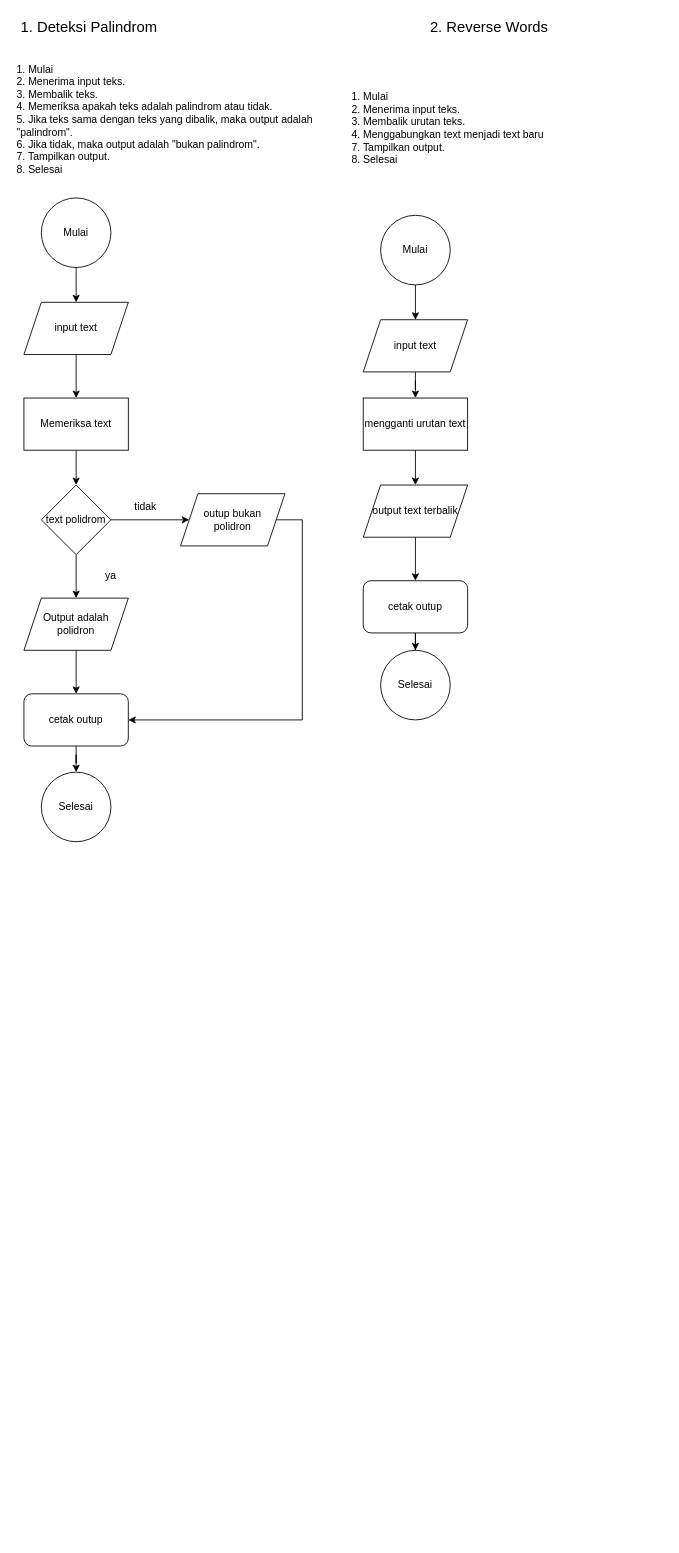
rayfarandi/fwg17-Computer-Science keeps this draw.io diagram as 6.Deteksi Palindrom&Reverse Words.drawio. Above is the earlier version. Source tidied: cells renumbered, new cells numbered last; positions are measured from the earlier drawing's top-left corner, leaving out a move shared by most shapes. Both pictures are drawn from the tidied source at 87%, with x=0, y=0 at pixel (15, 15).
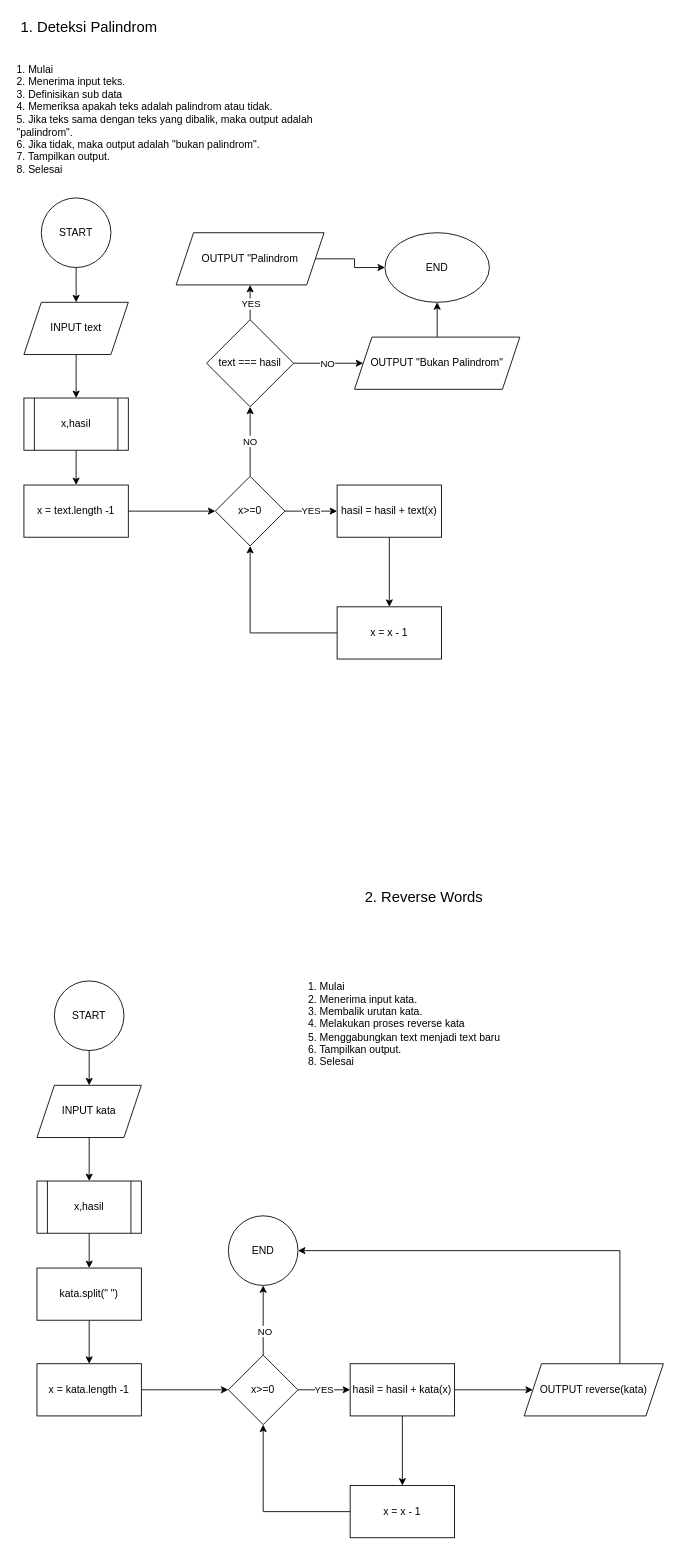
Above is the later version.

Diff of the diagram source:
```diff
@@
-    <mxCell id="3" value="&lt;div&gt;1. Mulai&lt;/div&gt;&lt;div&gt;2. Menerima input teks.&lt;br&gt;3. Membalik teks.&lt;/div&gt;&lt;div&gt;4. Memeriksa apakah teks adalah palindrom atau tidak.&lt;/div&gt;&lt;div&gt;5. Jika teks sama dengan teks yang dibalik, maka output adalah &quot;palindrom&quot;.&lt;/div&gt;&lt;div&gt;6. Jika tidak, maka output adalah &quot;bukan palindrom&quot;.&lt;/div&gt;&lt;div&gt;7. Tampilkan output.&lt;/div&gt;&lt;div&gt;8. Selesai&lt;/div&gt;" style="text;html=1;strokeColor=none;fillColor=none;align=left;verticalAlign=middle;whiteSpace=wrap;rounded=0;" parent="1" vertex="1">
+    <mxCell id="3" value="&lt;div&gt;1. Mulai&lt;/div&gt;&lt;div&gt;2. Menerima input teks.&lt;br&gt;3. Definisikan sub data&lt;/div&gt;&lt;div&gt;4. Memeriksa apakah teks adalah palindrom atau tidak.&lt;/div&gt;&lt;div&gt;5. Jika teks sama dengan teks yang dibalik, maka output adalah &quot;palindrom&quot;.&lt;/div&gt;&lt;div&gt;6. Jika tidak, maka output adalah &quot;bukan palindrom&quot;.&lt;/div&gt;&lt;div&gt;7. Tampilkan output.&lt;/div&gt;&lt;div&gt;8. Selesai&lt;/div&gt;" style="text;html=1;strokeColor=none;fillColor=none;align=left;verticalAlign=middle;whiteSpace=wrap;rounded=0;" parent="1" vertex="1">
       <mxGeometry y="60" width="350" height="120" as="geometry" />
     </mxCell>
@@
-    <mxCell id="5" value="Mulai" style="ellipse;whiteSpace=wrap;html=1;" parent="1" vertex="1">
+    <mxCell id="5" value="START" style="ellipse;whiteSpace=wrap;html=1;" parent="1" vertex="1">
       <mxGeometry x="30" y="210" width="80" height="80" as="geometry" />
     </mxCell>
-    <mxCell id="6" style="edgeStyle=orthogonalEdgeStyle;rounded=0;jettySize=auto;html=1;" parent="1" edge="1" source="7" target="9">
+    <mxCell id="6" style="edgeStyle=orthogonalEdgeStyle;rounded=0;jettySize=auto;html=1;" parent="1" edge="1" source="7" target="36">
       <mxGeometry relative="1" as="geometry" />
     </mxCell>
-    <mxCell id="7" value="input text" style="shape=parallelogram;perimeter=parallelogramPerimeter;whiteSpace=wrap;html=1;fixedSize=1;" parent="1" vertex="1">
+    <mxCell id="7" value="INPUT text" style="shape=parallelogram;perimeter=parallelogramPerimeter;whiteSpace=wrap;html=1;fixedSize=1;" parent="1" vertex="1">
       <mxGeometry x="10" y="330" width="120" height="60" as="geometry" />
     </mxCell>
-    <mxCell id="8" style="edgeStyle=orthogonalEdgeStyle;rounded=0;jettySize=auto;html=1;" parent="1" edge="1" source="9" target="12">
-      <mxGeometry relative="1" as="geometry" />
-    </mxCell>
-    <mxCell id="9" value="Memeriksa text" style="rounded=0;whiteSpace=wrap;html=1;" parent="1" vertex="1">
-      <mxGeometry x="10" y="440" width="120" height="60" as="geometry" />
-    </mxCell>
-    <mxCell id="10" style="edgeStyle=orthogonalEdgeStyle;rounded=0;jettySize=auto;html=1;" parent="1" edge="1" source="12" target="14">
-      <mxGeometry relative="1" as="geometry" />
-    </mxCell>
-    <mxCell id="11" style="edgeStyle=orthogonalEdgeStyle;rounded=0;jettySize=auto;html=1;" parent="1" edge="1" source="12" target="16">
-      <mxGeometry relative="1" as="geometry" />
-    </mxCell>
-    <mxCell id="12" value="text polidrom" style="rhombus;whiteSpace=wrap;html=1;" parent="1" vertex="1">
-      <mxGeometry x="30" y="540" width="80" height="80" as="geometry" />
-    </mxCell>
-    <mxCell id="13" style="edgeStyle=orthogonalEdgeStyle;rounded=0;jettySize=auto;html=1;" parent="1" edge="1" source="14" target="20">
-      <mxGeometry relative="1" as="geometry" />
-    </mxCell>
-    <mxCell id="14" value="Output adalah polidron" style="shape=parallelogram;perimeter=parallelogramPerimeter;whiteSpace=wrap;html=1;fixedSize=1;" parent="1" vertex="1">
-      <mxGeometry x="10" y="670" width="120" height="60" as="geometry" />
-    </mxCell>
-    <mxCell id="15" style="edgeStyle=orthogonalEdgeStyle;rounded=0;jettySize=auto;html=1;" parent="1" edge="1" source="16" target="20">
-      <mxGeometry relative="1" as="geometry">
-        <Array as="points">
-          <mxPoint x="330" y="580" />
-          <mxPoint x="330" y="810" />
-        </Array>
-      </mxGeometry>
-    </mxCell>
-    <mxCell id="16" value="outup bukan &lt;br&gt;polidron" style="shape=parallelogram;perimeter=parallelogramPerimeter;whiteSpace=wrap;html=1;fixedSize=1;" parent="1" vertex="1">
-      <mxGeometry x="190" y="550" width="120" height="60" as="geometry" />
-    </mxCell>
-    <mxCell id="17" value="ya" style="text;html=1;strokeColor=none;fillColor=none;align=center;verticalAlign=middle;whiteSpace=wrap;rounded=0;" parent="1" vertex="1">
-      <mxGeometry x="80" y="630" width="60" height="30" as="geometry" />
-    </mxCell>
-    <mxCell id="18" value="tidak" style="text;html=1;strokeColor=none;fillColor=none;align=center;verticalAlign=middle;whiteSpace=wrap;rounded=0;" parent="1" vertex="1">
-      <mxGeometry x="120" y="550" width="60" height="30" as="geometry" />
-    </mxCell>
-    <mxCell id="19" style="edgeStyle=orthogonalEdgeStyle;rounded=0;jettySize=auto;html=1;" parent="1" edge="1" source="20" target="21">
-      <mxGeometry relative="1" as="geometry" />
-    </mxCell>
-    <mxCell id="20" value="cetak outup" style="rounded=1;whiteSpace=wrap;html=1;" parent="1" vertex="1">
-      <mxGeometry x="10" y="780" width="120" height="60" as="geometry" />
-    </mxCell>
-    <mxCell id="21" value="Selesai" style="ellipse;whiteSpace=wrap;html=1;rounded=1;" parent="1" vertex="1">
-      <mxGeometry x="30" y="870" width="80" height="80" as="geometry" />
-    </mxCell>
+    <mxCell id="35" style="edgeStyle=orthogonalEdgeStyle;rounded=0;jettySize=auto;html=1;" parent="1" edge="1" source="36" target="38">
+      <mxGeometry relative="1" as="geometry" />
+    </mxCell>
+    <mxCell id="36" value="x,hasil" style="shape=process;whiteSpace=wrap;html=1;backgroundOutline=1;" parent="1" vertex="1">
+      <mxGeometry x="10" y="440" width="120" height="60" as="geometry" />
+    </mxCell>
+    <mxCell id="37" style="edgeStyle=orthogonalEdgeStyle;rounded=0;jettySize=auto;html=1;" parent="1" edge="1" source="38" target="41">
+      <mxGeometry relative="1" as="geometry" />
+    </mxCell>
+    <mxCell id="38" value="x = text.length -1" style="rounded=0;whiteSpace=wrap;html=1;" parent="1" vertex="1">
+      <mxGeometry x="10" y="540" width="120" height="60" as="geometry" />
+    </mxCell>
+    <mxCell id="39" value="YES" style="edgeStyle=orthogonalEdgeStyle;rounded=0;jettySize=auto;html=1;" parent="1" edge="1" source="41" target="43">
+      <mxGeometry relative="1" as="geometry">
+        <Array as="points">
+          <mxPoint x="340" y="570" />
+          <mxPoint x="340" y="570" />
+        </Array>
+      </mxGeometry>
+    </mxCell>
+    <mxCell id="40" value="NO" style="edgeStyle=orthogonalEdgeStyle;rounded=0;jettySize=auto;html=1;" parent="1" edge="1" source="41" target="50">
+      <mxGeometry relative="1" as="geometry" />
+    </mxCell>
+    <mxCell id="41" value="x&amp;gt;=0" style="rhombus;whiteSpace=wrap;html=1;rounded=0;" parent="1" vertex="1">
+      <mxGeometry x="230" y="530" width="80" height="80" as="geometry" />
+    </mxCell>
+    <mxCell id="42" style="edgeStyle=orthogonalEdgeStyle;rounded=0;jettySize=auto;html=1;" parent="1" edge="1" source="43" target="45">
+      <mxGeometry relative="1" as="geometry" />
+    </mxCell>
+    <mxCell id="43" value="hasil = hasil + text(x)" style="whiteSpace=wrap;html=1;rounded=0;" parent="1" vertex="1">
+      <mxGeometry x="370" y="540" width="120" height="60" as="geometry" />
+    </mxCell>
+    <mxCell id="44" style="edgeStyle=orthogonalEdgeStyle;rounded=0;jettySize=auto;html=1;entryX=0.5;entryY=1;entryDx=0;entryDy=0;" parent="1" edge="1" source="45" target="41">
+      <mxGeometry relative="1" as="geometry" />
+    </mxCell>
+    <mxCell id="45" value="x = x - 1" style="whiteSpace=wrap;html=1;rounded=0;" parent="1" vertex="1">
+      <mxGeometry x="370" y="680" width="120" height="60" as="geometry" />
+    </mxCell>
+    <mxCell id="46" style="edgeStyle=orthogonalEdgeStyle;rounded=0;jettySize=auto;html=1;" parent="1" edge="1" source="50" target="52">
+      <mxGeometry relative="1" as="geometry" />
+    </mxCell>
+    <mxCell id="47" value="YES" style="edgeLabel;html=1;align=center;verticalAlign=middle;" parent="46" vertex="1">
+      <mxGeometry x="-0.06" relative="1" as="geometry" />
+    </mxCell>
+    <mxCell id="48" style="edgeStyle=orthogonalEdgeStyle;rounded=0;jettySize=auto;html=1;" parent="1" edge="1" source="50" target="54">
+      <mxGeometry relative="1" as="geometry" />
+    </mxCell>
+    <mxCell id="49" value="NO" style="edgeLabel;html=1;align=center;verticalAlign=middle;" parent="48" vertex="1">
+      <mxGeometry x="-0.04" relative="1" as="geometry" />
+    </mxCell>
+    <mxCell id="50" value="text === hasil" style="rhombus;whiteSpace=wrap;html=1;rounded=0;" parent="1" vertex="1">
+      <mxGeometry x="220" y="350" width="100" height="100" as="geometry" />
+    </mxCell>
+    <mxCell id="51" style="edgeStyle=orthogonalEdgeStyle;rounded=0;jettySize=auto;html=1;entryX=0;entryY=0.5;entryDx=0;entryDy=0;" parent="1" edge="1" source="52" target="55">
+      <mxGeometry relative="1" as="geometry" />
+    </mxCell>
+    <mxCell id="52" value="OUTPUT &quot;Palindrom" style="shape=parallelogram;perimeter=parallelogramPerimeter;whiteSpace=wrap;html=1;fixedSize=1;rounded=0;" parent="1" vertex="1">
+      <mxGeometry x="185" y="250" width="170" height="60" as="geometry" />
+    </mxCell>
+    <mxCell id="53" style="edgeStyle=orthogonalEdgeStyle;rounded=0;jettySize=auto;html=1;exitX=0.5;exitY=0;exitDx=0;exitDy=0;entryX=0.5;entryY=1;entryDx=0;entryDy=0;" parent="1" edge="1" source="54" target="55">
+      <mxGeometry relative="1" as="geometry" />
+    </mxCell>
+    <mxCell id="54" value="OUTPUT &quot;Bukan Palindrom&quot;" style="shape=parallelogram;perimeter=parallelogramPerimeter;whiteSpace=wrap;html=1;fixedSize=1;rounded=0;" parent="1" vertex="1">
+      <mxGeometry x="390" y="370" width="190" height="60" as="geometry" />
+    </mxCell>
+    <mxCell id="55" value="END" style="ellipse;whiteSpace=wrap;html=1;" parent="1" vertex="1">
+      <mxGeometry x="425" y="250" width="120" height="80" as="geometry" />
+    </mxCell>
+    <mxCell id="56" style="edgeStyle=orthogonalEdgeStyle;rounded=0;jettySize=auto;html=1;entryX=0.5;entryY=0;entryDx=0;entryDy=0;" parent="1" edge="1" source="57" target="59">
+      <mxGeometry relative="1" as="geometry" />
+    </mxCell>
+    <mxCell id="57" value="START" style="ellipse;whiteSpace=wrap;html=1;" parent="1" vertex="1">
+      <mxGeometry x="45" y="1110" width="80" height="80" as="geometry" />
+    </mxCell>
+    <mxCell id="58" style="edgeStyle=orthogonalEdgeStyle;rounded=0;jettySize=auto;html=1;" parent="1" edge="1" source="59" target="61">
+      <mxGeometry relative="1" as="geometry" />
+    </mxCell>
+    <mxCell id="59" value="INPUT kata" style="shape=parallelogram;perimeter=parallelogramPerimeter;whiteSpace=wrap;html=1;fixedSize=1;" parent="1" vertex="1">
+      <mxGeometry x="25" y="1230" width="120" height="60" as="geometry" />
+    </mxCell>
+    <mxCell id="60" style="edgeStyle=orthogonalEdgeStyle;rounded=0;jettySize=auto;html=1;" parent="1" edge="1" source="61" target="74">
+      <mxGeometry relative="1" as="geometry" />
+    </mxCell>
+    <mxCell id="61" value="x,hasil" style="shape=process;whiteSpace=wrap;html=1;backgroundOutline=1;" parent="1" vertex="1">
+      <mxGeometry x="25" y="1340" width="120" height="60" as="geometry" />
+    </mxCell>
+    <mxCell id="62" style="edgeStyle=orthogonalEdgeStyle;rounded=0;jettySize=auto;html=1;" parent="1" edge="1" source="63" target="67">
+      <mxGeometry relative="1" as="geometry" />
+    </mxCell>
+    <mxCell id="63" value="x = kata.length -1" style="rounded=0;whiteSpace=wrap;html=1;" parent="1" vertex="1">
+      <mxGeometry x="25" y="1550" width="120" height="60" as="geometry" />
+    </mxCell>
+    <mxCell id="64" value="YES" style="edgeStyle=orthogonalEdgeStyle;rounded=0;jettySize=auto;html=1;" parent="1" edge="1" source="67" target="70">
+      <mxGeometry relative="1" as="geometry">
+        <Array as="points">
+          <mxPoint x="355" y="1580" />
+          <mxPoint x="355" y="1580" />
+        </Array>
+      </mxGeometry>
+    </mxCell>
+    <mxCell id="65" style="edgeStyle=orthogonalEdgeStyle;rounded=0;jettySize=auto;html=1;" parent="1" edge="1" source="67" target="75">
+      <mxGeometry relative="1" as="geometry" />
+    </mxCell>
+    <mxCell id="66" value="NO" style="edgeLabel;html=1;align=center;verticalAlign=middle;" parent="65" vertex="1">
+      <mxGeometry x="-0.3" y="-1" relative="1" as="geometry" />
+    </mxCell>
+    <mxCell id="67" value="x&amp;gt;=0" style="rhombus;whiteSpace=wrap;html=1;rounded=0;" parent="1" vertex="1">
+      <mxGeometry x="245" y="1540" width="80" height="80" as="geometry" />
+    </mxCell>
+    <mxCell id="68" style="edgeStyle=orthogonalEdgeStyle;rounded=0;jettySize=auto;html=1;" parent="1" edge="1" source="70" target="72">
+      <mxGeometry relative="1" as="geometry" />
+    </mxCell>
+    <mxCell id="69" style="edgeStyle=orthogonalEdgeStyle;rounded=0;jettySize=auto;html=1;" parent="1" edge="1" source="70" target="77">
+      <mxGeometry relative="1" as="geometry" />
+    </mxCell>
+    <mxCell id="70" value="hasil = hasil + kata(x)" style="whiteSpace=wrap;html=1;rounded=0;" parent="1" vertex="1">
+      <mxGeometry x="385" y="1550" width="120" height="60" as="geometry" />
+    </mxCell>
+    <mxCell id="71" style="edgeStyle=orthogonalEdgeStyle;rounded=0;jettySize=auto;html=1;entryX=0.5;entryY=1;entryDx=0;entryDy=0;" parent="1" edge="1" source="72" target="67">
+      <mxGeometry relative="1" as="geometry" />
+    </mxCell>
+    <mxCell id="72" value="x = x - 1" style="whiteSpace=wrap;html=1;rounded=0;" parent="1" vertex="1">
+      <mxGeometry x="385" y="1690" width="120" height="60" as="geometry" />
+    </mxCell>
+    <mxCell id="73" style="edgeStyle=orthogonalEdgeStyle;rounded=0;jettySize=auto;html=1;" parent="1" edge="1" source="74" target="63">
+      <mxGeometry relative="1" as="geometry" />
+    </mxCell>
+    <mxCell id="74" value="kata.split(&quot; &quot;)" style="rounded=0;whiteSpace=wrap;html=1;" parent="1" vertex="1">
+      <mxGeometry x="25" y="1440" width="120" height="60" as="geometry" />
+    </mxCell>
+    <mxCell id="75" value="END" style="ellipse;whiteSpace=wrap;html=1;rounded=0;" parent="1" vertex="1">
+      <mxGeometry x="245" y="1380" width="80" height="80" as="geometry" />
+    </mxCell>
+    <mxCell id="76" style="edgeStyle=orthogonalEdgeStyle;rounded=0;jettySize=auto;html=1;entryX=1;entryY=0.5;entryDx=0;entryDy=0;" parent="1" edge="1" source="77" target="75">
+      <mxGeometry relative="1" as="geometry">
+        <Array as="points">
+          <mxPoint x="695" y="1420" />
+        </Array>
+      </mxGeometry>
+    </mxCell>
+    <mxCell id="77" value="OUTPUT&amp;nbsp;reverse(kata)" style="shape=parallelogram;perimeter=parallelogramPerimeter;whiteSpace=wrap;html=1;fixedSize=1;rounded=0;" parent="1" vertex="1">
+      <mxGeometry x="585" y="1550" width="160" height="60" as="geometry" />
+    </mxCell>
     <mxCell id="22" value="2.&amp;nbsp;Reverse Words" style="text;html=1;strokeColor=none;fillColor=none;align=center;verticalAlign=middle;whiteSpace=wrap;rounded=0;fontSize=17;" parent="1" vertex="1">
-      <mxGeometry x="460" width="170" height="30" as="geometry" />
+      <mxGeometry x="385" y="1000" width="170" height="30" as="geometry" />
     </mxCell>
-    <mxCell id="23" value="&lt;div&gt;1. Mulai&lt;/div&gt;&lt;div&gt;2. Menerima input teks.&lt;br&gt;3. Membalik urutan teks.&lt;/div&gt;&lt;div&gt;4. Menggabungkan text menjadi text baru&lt;/div&gt;&lt;div&gt;7. Tampilkan output.&lt;/div&gt;&lt;div&gt;8. Selesai&lt;/div&gt;" style="text;html=1;strokeColor=none;fillColor=none;align=left;verticalAlign=middle;whiteSpace=wrap;rounded=0;" parent="1" vertex="1">
-      <mxGeometry x="385" y="70" width="335" height="120" as="geometry" />
-    </mxCell>
-    <mxCell id="24" style="edgeStyle=orthogonalEdgeStyle;rounded=0;jettySize=auto;html=1;entryX=0.5;entryY=0;entryDx=0;entryDy=0;" parent="1" edge="1" source="25" target="27">
-      <mxGeometry relative="1" as="geometry" />
-    </mxCell>
-    <mxCell id="25" value="Mulai" style="ellipse;whiteSpace=wrap;html=1;" parent="1" vertex="1">
-      <mxGeometry x="420" y="230" width="80" height="80" as="geometry" />
-    </mxCell>
-    <mxCell id="26" style="edgeStyle=orthogonalEdgeStyle;rounded=0;jettySize=auto;html=1;" parent="1" edge="1" source="27" target="28">
-      <mxGeometry relative="1" as="geometry" />
-    </mxCell>
-    <mxCell id="27" value="input text" style="shape=parallelogram;perimeter=parallelogramPerimeter;whiteSpace=wrap;html=1;fixedSize=1;" parent="1" vertex="1">
-      <mxGeometry x="400" y="350" width="120" height="60" as="geometry" />
-    </mxCell>
-    <mxCell id="28" value="mengganti urutan text" style="rounded=0;whiteSpace=wrap;html=1;" parent="1" vertex="1">
-      <mxGeometry x="400" y="440" width="120" height="60" as="geometry" />
-    </mxCell>
-    <mxCell id="29" style="edgeStyle=orthogonalEdgeStyle;rounded=0;jettySize=auto;html=1;exitX=0.5;exitY=1;exitDx=0;exitDy=0;" parent="1" edge="1" source="28" target="31">
-      <mxGeometry relative="1" as="geometry" />
-    </mxCell>
-    <mxCell id="30" style="edgeStyle=orthogonalEdgeStyle;rounded=0;jettySize=auto;html=1;" parent="1" edge="1" source="31" target="33">
-      <mxGeometry relative="1" as="geometry" />
-    </mxCell>
-    <mxCell id="31" value="output text terbalik" style="shape=parallelogram;perimeter=parallelogramPerimeter;whiteSpace=wrap;html=1;fixedSize=1;" parent="1" vertex="1">
-      <mxGeometry x="400" y="540" width="120" height="60" as="geometry" />
-    </mxCell>
-    <mxCell id="32" style="edgeStyle=orthogonalEdgeStyle;rounded=0;jettySize=auto;html=1;" parent="1" edge="1" source="33" target="34">
-      <mxGeometry relative="1" as="geometry" />
-    </mxCell>
-    <mxCell id="33" value="cetak outup" style="rounded=1;whiteSpace=wrap;html=1;" parent="1" vertex="1">
-      <mxGeometry x="400" y="650" width="120" height="60" as="geometry" />
-    </mxCell>
-    <mxCell id="34" value="Selesai" style="ellipse;whiteSpace=wrap;html=1;rounded=1;" parent="1" vertex="1">
-      <mxGeometry x="420" y="730" width="80" height="80" as="geometry" />
-    </mxCell>
+    <mxCell id="78" value="&lt;div&gt;1. Mulai&lt;/div&gt;&lt;div&gt;2. Menerima input kata.&lt;br&gt;3. Membalik urutan kata.&lt;/div&gt;&lt;div&gt;4. Melakukan proses reverse kata&lt;/div&gt;&lt;div&gt;5. Menggabungkan text menjadi text baru&lt;/div&gt;&lt;div&gt;6. Tampilkan output.&lt;/div&gt;&lt;div&gt;8. Selesai&lt;/div&gt;" style="text;html=1;strokeColor=none;fillColor=none;align=left;verticalAlign=middle;whiteSpace=wrap;rounded=0;" parent="1" vertex="1">
+      <mxGeometry x="335" y="1100" width="335" height="120" as="geometry" />
+    </mxCell>
```
